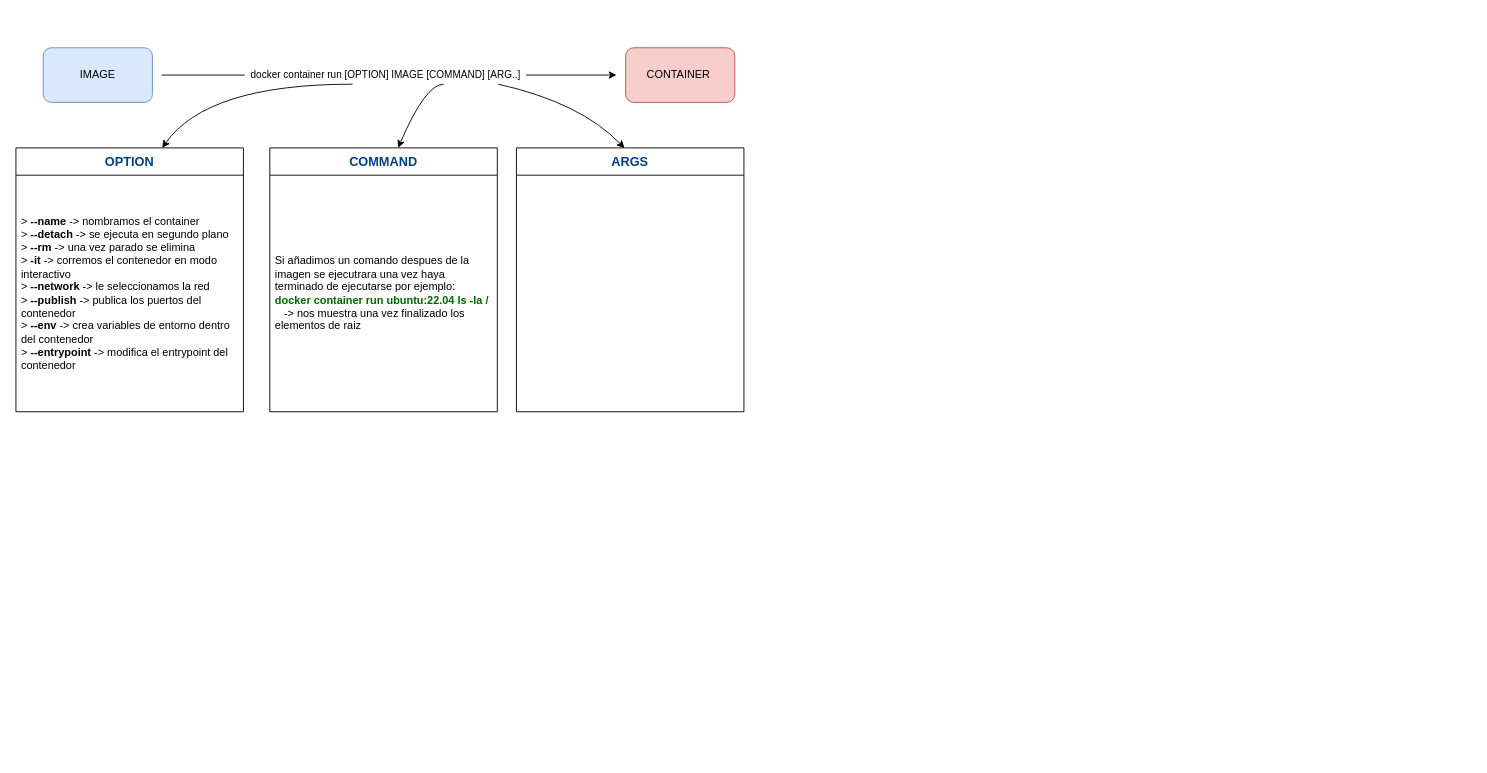
arroyo-D/arroyo-D keeps this draw.io diagram as Diagrama sin título.drawio. Above is the earlier version. Source tidied: cells renumbered, new cells numbered last; positions are measured from the earlier drawing's top-left corner, leaving out a move shared by most shapes. Both pictures are drawn from the tidied source at 91%, with x=0, y=0 at pixel (15, 47).
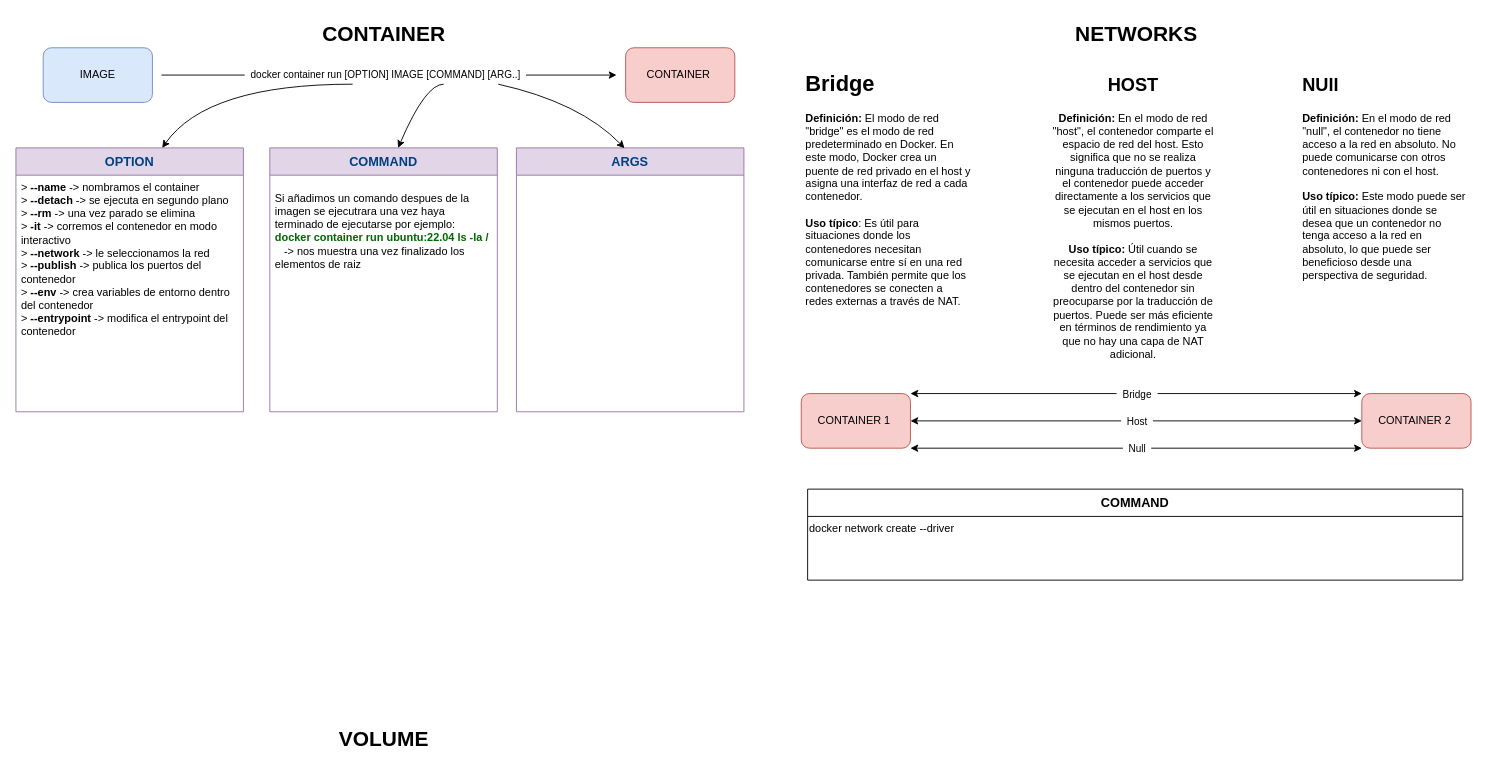
After the change.

What changed in the source:
```diff
@@
-    <mxCell id="6" value="&lt;font color=&quot;#004080&quot; style=&quot;font-size: 14px;&quot;&gt;&lt;b&gt;OPTION&lt;/b&gt;&lt;/font&gt;" style="swimlane;fontStyle=0;horizontal=1;startSize=30;whiteSpace=wrap;html=1;" parent="1" vertex="1">
+    <mxCell id="6" value="&lt;font color=&quot;#004080&quot; style=&quot;font-size: 14px;&quot;&gt;&lt;b&gt;OPTION&lt;/b&gt;&lt;/font&gt;" style="swimlane;fontStyle=0;horizontal=1;startSize=30;whiteSpace=wrap;html=1;fillColor=#e1d5e7;strokeColor=#9673a6;" parent="1" vertex="1">
       <mxGeometry y="110" width="250" height="290" as="geometry" />
     </mxCell>
-    <mxCell id="7" value="&amp;gt; &lt;b&gt;--name&lt;/b&gt; -&amp;gt; nombramos el container&lt;br&gt;&amp;gt;&lt;b&gt; --detach&lt;/b&gt; -&amp;gt; se ejecuta en segundo plano&lt;br&gt;&amp;gt; &lt;b&gt;--rm&lt;/b&gt; -&amp;gt; una vez parado se elimina&amp;nbsp;&lt;br&gt;&amp;gt;&lt;b&gt; -it&lt;/b&gt; -&amp;gt; corremos el contenedor en modo interactivo&lt;br&gt;&amp;gt; &lt;b&gt;--network&lt;/b&gt; -&amp;gt; le seleccionamos la red&amp;nbsp;&lt;br&gt;&amp;gt; &lt;b&gt;--publish&lt;/b&gt; -&amp;gt; publica los puertos del contenedor&lt;br&gt;&amp;gt; &lt;b&gt;--env &lt;/b&gt;-&amp;gt; crea variables de entorno dentro del contenedor&lt;br&gt;&amp;gt; &lt;b&gt;--entrypoint&lt;/b&gt; -&amp;gt; modifica el entrypoint del contenedor&amp;nbsp;" style="text;strokeColor=none;fillColor=none;align=left;verticalAlign=middle;spacingLeft=4;spacingRight=4;overflow=hidden;whiteSpace=wrap;html=1;" parent="6" vertex="1">
+    <mxCell id="7" value="&amp;gt; &lt;b&gt;--name&lt;/b&gt; -&amp;gt; nombramos el container&lt;br&gt;&amp;gt;&lt;b&gt; --detach&lt;/b&gt; -&amp;gt; se ejecuta en segundo plano&lt;br&gt;&amp;gt; &lt;b&gt;--rm&lt;/b&gt; -&amp;gt; una vez parado se elimina&amp;nbsp;&lt;br&gt;&amp;gt;&lt;b&gt; -it&lt;/b&gt; -&amp;gt; corremos el contenedor en modo interactivo&lt;br&gt;&amp;gt; &lt;b&gt;--network&lt;/b&gt; -&amp;gt; le seleccionamos la red&amp;nbsp;&lt;br&gt;&amp;gt; &lt;b&gt;--publish&lt;/b&gt; -&amp;gt; publica los puertos del contenedor&lt;br&gt;&amp;gt; &lt;b&gt;--env &lt;/b&gt;-&amp;gt; crea variables de entorno dentro del contenedor&lt;br&gt;&amp;gt; &lt;b&gt;--entrypoint&lt;/b&gt; -&amp;gt; modifica el entrypoint del contenedor&amp;nbsp;" style="text;align=left;verticalAlign=top;spacingLeft=4;spacingRight=4;overflow=hidden;whiteSpace=wrap;html=1;" parent="6" vertex="1">
       <mxGeometry y="30" width="250" height="260" as="geometry" />
     </mxCell>
@@
-    <mxCell id="9" value="&lt;font color=&quot;#004080&quot;&gt;&lt;span style=&quot;font-size: 14px;&quot;&gt;&lt;b&gt;COMMAND&lt;/b&gt;&lt;/span&gt;&lt;/font&gt;" style="swimlane;fontStyle=0;horizontal=1;startSize=30;whiteSpace=wrap;html=1;" parent="1" vertex="1">
+    <mxCell id="9" value="&lt;font color=&quot;#004080&quot;&gt;&lt;span style=&quot;font-size: 14px;&quot;&gt;&lt;b&gt;COMMAND&lt;/b&gt;&lt;/span&gt;&lt;/font&gt;" style="swimlane;fontStyle=0;horizontal=1;startSize=30;whiteSpace=wrap;html=1;fillColor=#e1d5e7;strokeColor=#9673a6;" parent="1" vertex="1">
       <mxGeometry x="279" y="110" width="250" height="290" as="geometry" />
     </mxCell>
-    <mxCell id="10" value="Si añadimos un comando despues de la imagen se ejecutrara una vez haya terminado de ejecutarse por ejemplo:&amp;nbsp;&lt;br&gt;&lt;b&gt;&lt;font color=&quot;#006600&quot;&gt;docker container run ubuntu:22.04 ls -la /&lt;/font&gt;&lt;/b&gt;&amp;nbsp; &amp;nbsp; &amp;nbsp;-&amp;gt; nos muestra una vez finalizado los elementos de raiz" style="text;strokeColor=none;fillColor=none;align=left;verticalAlign=middle;spacingLeft=4;spacingRight=4;overflow=hidden;whiteSpace=wrap;html=1;" parent="9" vertex="1">
+    <mxCell id="10" value="&lt;p style=&quot;line-height: 120%;&quot;&gt;Si añadimos un comando despues de la imagen se ejecutrara una vez haya terminado de ejecutarse por ejemplo:&amp;nbsp;&lt;br&gt;&lt;b&gt;&lt;font color=&quot;#006600&quot;&gt;docker container run ubuntu:22.04 ls -la /&lt;/font&gt;&lt;/b&gt;&amp;nbsp; &amp;nbsp; &amp;nbsp;-&amp;gt; nos muestra una vez finalizado los elementos de raiz&lt;/p&gt;" style="text;strokeColor=none;fillColor=none;align=left;verticalAlign=top;spacingLeft=4;spacingRight=4;overflow=hidden;whiteSpace=wrap;html=1;horizontal=1;" parent="9" vertex="1">
       <mxGeometry y="30" width="250" height="260" as="geometry" />
     </mxCell>
-    <mxCell id="11" value="&lt;font color=&quot;#004080&quot;&gt;&lt;span style=&quot;font-size: 14px;&quot;&gt;&lt;b&gt;ARGS&lt;/b&gt;&lt;/span&gt;&lt;/font&gt;" style="swimlane;fontStyle=0;horizontal=1;startSize=30;whiteSpace=wrap;html=1;" parent="1" vertex="1">
+    <mxCell id="11" value="&lt;font color=&quot;#004080&quot;&gt;&lt;span style=&quot;font-size: 14px;&quot;&gt;&lt;b&gt;ARGS&lt;/b&gt;&lt;/span&gt;&lt;/font&gt;" style="swimlane;fontStyle=0;horizontal=1;startSize=30;whiteSpace=wrap;html=1;fillColor=#e1d5e7;strokeColor=#9673a6;verticalAlign=top;" parent="1" vertex="1">
       <mxGeometry x="550" y="110" width="250" height="290" as="geometry" />
     </mxCell>
@@
+    <mxCell id="14" value="CONTAINER 1&amp;nbsp;" style="rounded=1;whiteSpace=wrap;html=1;fillColor=#f8cecc;strokeColor=#b85450;" parent="1" vertex="1">
+      <mxGeometry x="863" y="380" width="120" height="60" as="geometry" />
+    </mxCell>
+    <mxCell id="15" value="CONTAINER 2&amp;nbsp;" style="rounded=1;whiteSpace=wrap;html=1;fillColor=#f8cecc;strokeColor=#b85450;" parent="1" vertex="1">
+      <mxGeometry x="1479" y="380" width="120" height="60" as="geometry" />
+    </mxCell>
+    <mxCell id="16" style="endArrow=classic;startArrow=classic;html=1;rounded=0;entryX=0;entryY=0.5;entryDx=0;entryDy=0;exitX=1;exitY=0.5;exitDx=0;exitDy=0;" parent="1" edge="1" source="14" target="15">
+      <mxGeometry relative="1" as="geometry" />
+    </mxCell>
+    <mxCell id="17" value="&amp;nbsp; Host&amp;nbsp;&amp;nbsp;" style="edgeLabel;html=1;align=center;verticalAlign=middle;" parent="16" vertex="1">
+      <mxGeometry relative="1" as="geometry" />
+    </mxCell>
+    <mxCell id="18" style="endArrow=classic;startArrow=classic;html=1;rounded=0;entryX=0;entryY=0;entryDx=0;entryDy=0;exitX=1;exitY=0;exitDx=0;exitDy=0;" parent="1" edge="1" source="14" target="15">
+      <mxGeometry relative="1" as="geometry" />
+    </mxCell>
+    <mxCell id="19" value="&amp;nbsp; Bridge&amp;nbsp;&amp;nbsp;" style="edgeLabel;html=1;align=center;verticalAlign=middle;" parent="18" vertex="1">
+      <mxGeometry relative="1" as="geometry" />
+    </mxCell>
+    <mxCell id="20" style="endArrow=classic;startArrow=classic;html=1;rounded=0;entryX=0;entryY=1;entryDx=0;entryDy=0;exitX=1;exitY=1;exitDx=0;exitDy=0;" parent="1" edge="1" source="14" target="15">
+      <mxGeometry relative="1" as="geometry" />
+    </mxCell>
+    <mxCell id="21" value="&amp;nbsp; Null&amp;nbsp;&amp;nbsp;" style="edgeLabel;html=1;align=center;verticalAlign=middle;" parent="20" vertex="1">
+      <mxGeometry relative="1" as="geometry" />
+    </mxCell>
+    <mxCell id="22" value="&lt;h1&gt;Bridge&lt;/h1&gt;&lt;div&gt;&lt;div&gt;&lt;b&gt;Definición:&lt;/b&gt; El modo de red &quot;bridge&quot; es el modo de red predeterminado en Docker. En este modo, Docker crea un puente de red privado en el host y asigna una interfaz de red a cada contenedor.&lt;/div&gt;&lt;div&gt;&lt;br&gt;&lt;/div&gt;&lt;div&gt;&lt;b&gt;Uso típico&lt;/b&gt;: Es útil para situaciones donde los contenedores necesitan comunicarse entre sí en una red privada. También permite que los contenedores se conecten a redes externas a través de NAT.&lt;/div&gt;&lt;/div&gt;" style="text;html=1;strokeColor=none;fillColor=none;spacing=5;spacingTop=-20;whiteSpace=wrap;overflow=hidden;rounded=0;" parent="1" vertex="1">
+      <mxGeometry x="863" y="20" width="190" height="270" as="geometry" />
+    </mxCell>
+    <mxCell id="23" value="&lt;h1&gt;&lt;font style=&quot;font-size: 20px;&quot;&gt;HOST&lt;/font&gt;&lt;/h1&gt;&lt;div&gt;&lt;div&gt;&lt;b&gt;Definición:&lt;/b&gt; En el modo de red &quot;host&quot;, el contenedor comparte el espacio de red del host. Esto significa que no se realiza ninguna traducción de puertos y el contenedor puede acceder directamente a los servicios que se ejecutan en el host en los mismos puertos.&lt;/div&gt;&lt;div&gt;&lt;br&gt;&lt;/div&gt;&lt;div&gt;&lt;b&gt;Uso típico:&lt;/b&gt; Útil cuando se necesita acceder a servicios que se ejecutan en el host desde dentro del contenedor sin preocuparse por la traducción de puertos. Puede ser más eficiente en términos de rendimiento ya que no hay una capa de NAT adicional.&lt;/div&gt;&lt;/div&gt;" style="text;html=1;strokeColor=none;fillColor=none;spacing=5;spacingTop=-20;whiteSpace=wrap;overflow=hidden;rounded=0;align=center;" parent="1" vertex="1">
+      <mxGeometry x="1132.5" y="20" width="190" height="330" as="geometry" />
+    </mxCell>
+    <mxCell id="24" value="&lt;h1&gt;&lt;font style=&quot;font-size: 20px;&quot;&gt;NUll&lt;/font&gt;&lt;/h1&gt;&lt;div&gt;&lt;div&gt;&lt;b&gt;Definición: &lt;/b&gt;En el modo de red &quot;null&quot;, el contenedor no tiene acceso a la red en absoluto. No puede comunicarse con otros contenedores ni con el host.&lt;/div&gt;&lt;div&gt;&lt;br&gt;&lt;/div&gt;&lt;div&gt;&lt;b&gt;Uso típico:&lt;/b&gt; Este modo puede ser útil en situaciones donde se desea que un contenedor no tenga acceso a la red en absoluto, lo que puede ser beneficioso desde una perspectiva de seguridad.&lt;/div&gt;&lt;/div&gt;" style="text;html=1;strokeColor=none;fillColor=none;spacing=5;spacingTop=-20;whiteSpace=wrap;overflow=hidden;rounded=0;align=left;" parent="1" vertex="1">
+      <mxGeometry x="1409" y="20" width="190" height="240" as="geometry" />
+    </mxCell>
+    <mxCell id="25" value="&lt;b&gt;&lt;font style=&quot;font-size: 23px;&quot;&gt;CONTAINER&lt;/font&gt;&lt;/b&gt;" style="text;html=1;align=center;verticalAlign=middle;strokeColor=none;fillColor=none;" parent="1" vertex="1">
+      <mxGeometry x="324" y="-35" width="160" height="40" as="geometry" />
+    </mxCell>
+    <mxCell id="26" value="&lt;font style=&quot;font-size: 23px;&quot;&gt;NETWORKS&lt;/font&gt;" style="text;html=1;align=center;verticalAlign=middle;strokeColor=none;fillColor=none;fontStyle=1;" parent="1" vertex="1">
+      <mxGeometry x="1151" y="-35" width="160" height="40" as="geometry" />
+    </mxCell>
+    <mxCell id="27" value="&lt;b&gt;&lt;font style=&quot;font-size: 14px;&quot;&gt;COMMAND&lt;/font&gt;&lt;/b&gt;" style="swimlane;fontStyle=0;horizontal=1;startSize=30;whiteSpace=wrap;html=1;" parent="1" vertex="1">
+      <mxGeometry x="870" y="485" width="720" height="100" as="geometry" />
+    </mxCell>
+    <mxCell id="28" value="docker network create --driver&amp;nbsp;&amp;nbsp;&lt;br&gt;&lt;br&gt;&lt;br&gt;&lt;br&gt;" style="text;html=1;align=left;verticalAlign=middle;strokeColor=none;fillColor=none;" parent="27" vertex="1">
+      <mxGeometry y="30" width="720" height="70" as="geometry" />
+    </mxCell>
+    <mxCell id="29" value="&lt;b&gt;&lt;font style=&quot;font-size: 23px;&quot;&gt;VOLUME&lt;/font&gt;&lt;/b&gt;" style="text;html=1;align=center;verticalAlign=middle;strokeColor=none;fillColor=none;" parent="1" vertex="1">
+      <mxGeometry x="344" y="740" width="120" height="40" as="geometry" />
+    </mxCell>
```
